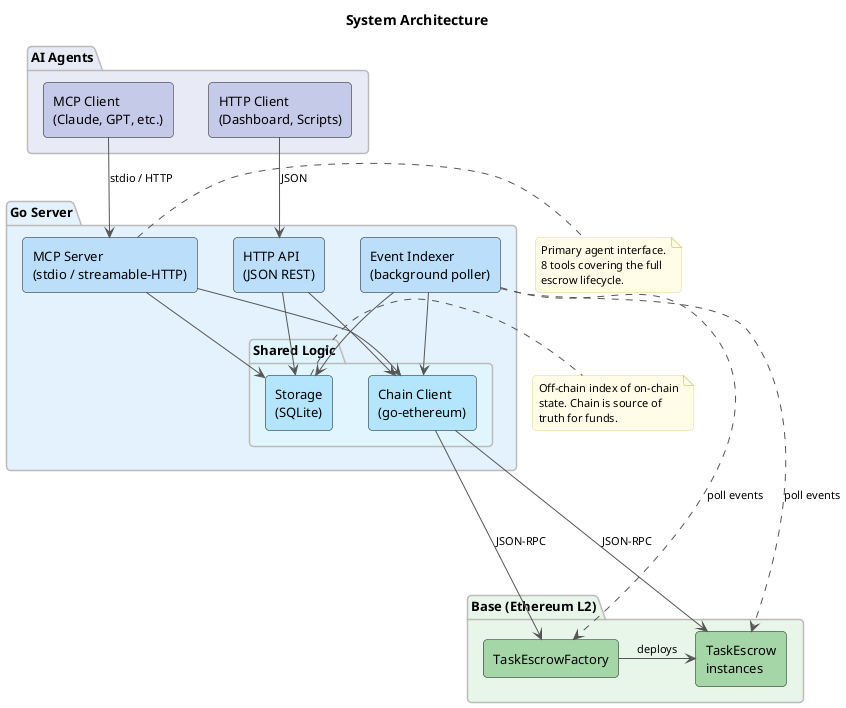
The PlantUML diagram docs/diagrams/architecture.png in eddiefleurent/agent-escrow, before a commit.
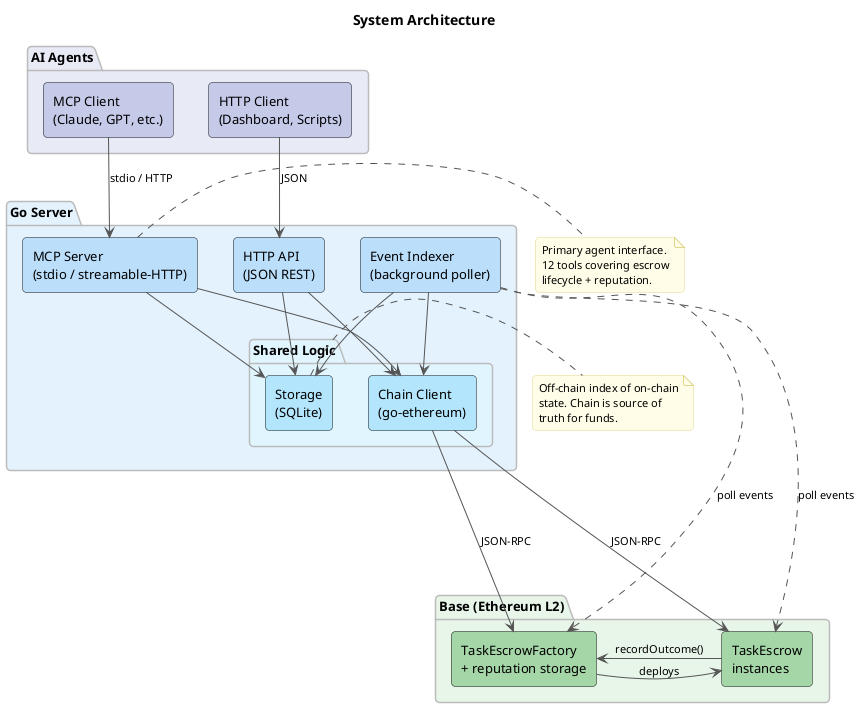
The same file after the commit.

Change to the diagram source:
```diff
@@ -45,9 +45,10 @@
 }
 
 package "Base (Ethereum L2)" as chain #E8F5E9 {
-  [TaskEscrowFactory] as factory #A5D6A7
+  [TaskEscrowFactory\n+ reputation storage] as factory #A5D6A7
   [TaskEscrow\ninstances] as escrow #A5D6A7
   factory -right-> escrow : deploys
+  escrow -left-> factory : recordOutcome()
 }
 
 mcp_client -down-> mcp_server : stdio / HTTP
@@ -60,8 +61,8 @@
 
 note right of mcp_server
   Primary agent interface.
-  8 tools covering the full
-  escrow lifecycle.
+  12 tools covering escrow
+  lifecycle + reputation.
 end note
 
 note right of storage
```
